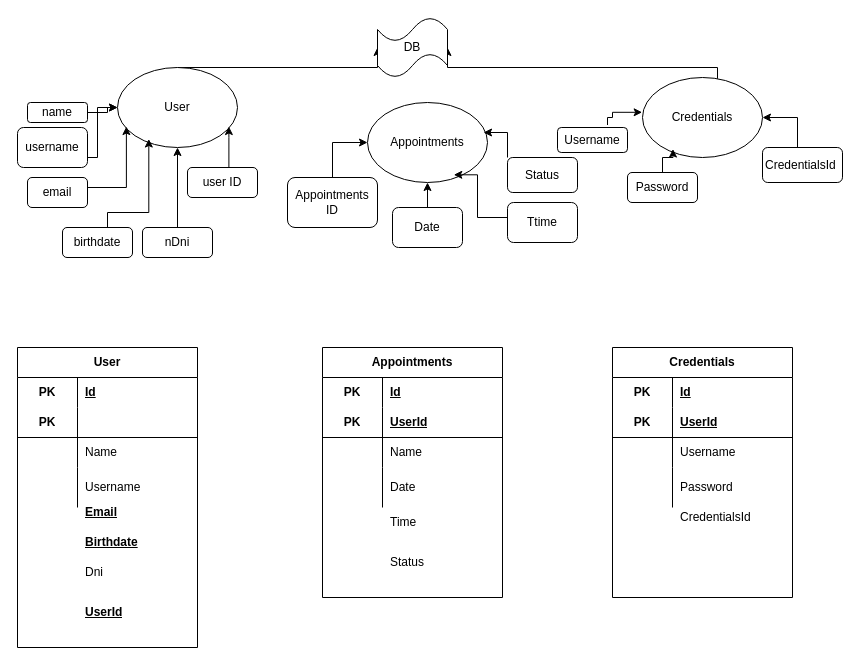
The draw.io diagram E_A base de datos.drawio in andresdelossantos99/Sistema-de-turnos-para-barberia, before the edit. Source tidied: cells renumbered, new cells numbered last; positions are measured from the earlier drawing's top-left corner, leaving out a move shared by most shapes. Both pictures are drawn from the tidied source at 100%, with x=0, y=0 at pixel (17, 17).
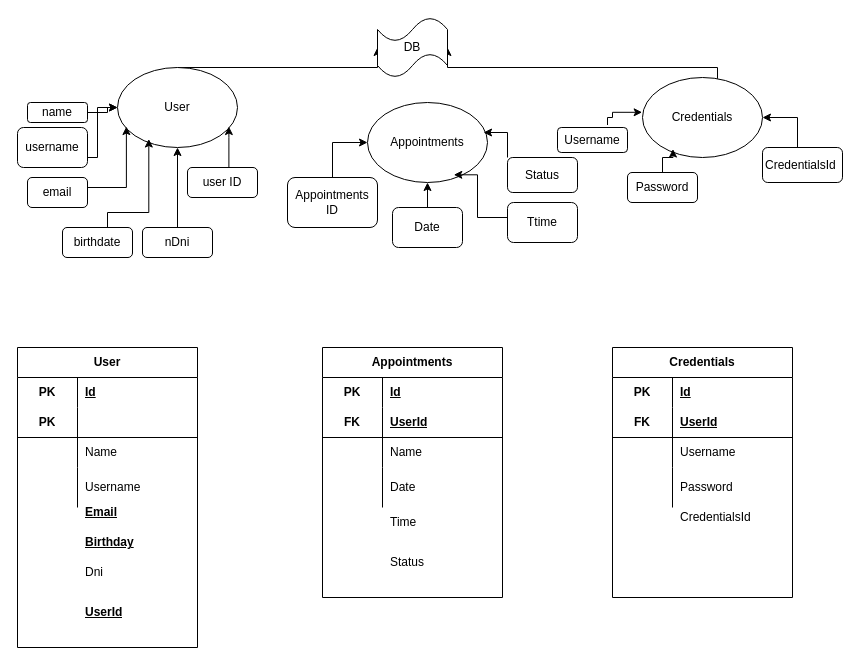
Above is the later version.

The change refers to these unchanged cells:
```xml
<mxCell id="57" style="shape=tableRow;horizontal=0;startSize=0;swimlaneHead=0;swimlaneBody=0;fillColor=none;top=0;left=0;right=0;bottom=1;html=1;" parent="53" vertex="1">
  <mxGeometry y="60" width="180" height="30" as="geometry" />
</mxCell>
<mxCell id="71" style="shape=tableRow;horizontal=0;startSize=0;swimlaneHead=0;swimlaneBody=0;fillColor=none;top=0;left=0;right=0;bottom=1;html=1;" parent="67" vertex="1">
  <mxGeometry y="60" width="180" height="30" as="geometry" />
</mxCell>
```

Change to the diagram source:
```diff
@@
-    <mxCell id="49" value="Birthdate" style="shape=partialRectangle;fillColor=none;top=0;left=0;bottom=0;right=0;align=left;spacingLeft=6;fontStyle=5;overflow=hidden;html=1;whiteSpace=wrap;" parent="1" vertex="1">
+    <mxCell id="49" value="Birthday" style="shape=partialRectangle;fillColor=none;top=0;left=0;bottom=0;right=0;align=left;spacingLeft=6;fontStyle=5;overflow=hidden;html=1;whiteSpace=wrap;strokeColor=default;" parent="1" vertex="1">
       <mxGeometry x="60" y="510" width="120" height="30" as="geometry" />
     </mxCell>
@@
-    <mxCell id="58" value="PK" style="shape=partialRectangle;fillColor=none;top=0;left=0;bottom=0;right=0;fontStyle=1;overflow=hidden;html=1;whiteSpace=wrap;" parent="57" vertex="1">
+    <mxCell id="58" value="FK" style="shape=partialRectangle;fillColor=none;top=0;left=0;bottom=0;right=0;fontStyle=1;overflow=hidden;html=1;whiteSpace=wrap;" parent="57" vertex="1">
       <mxGeometry width="60" height="30" as="geometry" />
     </mxCell>
@@
-    <mxCell id="72" value="PK" style="shape=partialRectangle;fillColor=none;top=0;left=0;bottom=0;right=0;fontStyle=1;overflow=hidden;html=1;whiteSpace=wrap;" parent="71" vertex="1">
+    <mxCell id="72" value="FK" style="shape=partialRectangle;fillColor=none;top=0;left=0;bottom=0;right=0;fontStyle=1;overflow=hidden;html=1;whiteSpace=wrap;" parent="71" vertex="1">
       <mxGeometry width="60" height="30" as="geometry" />
     </mxCell>
```
